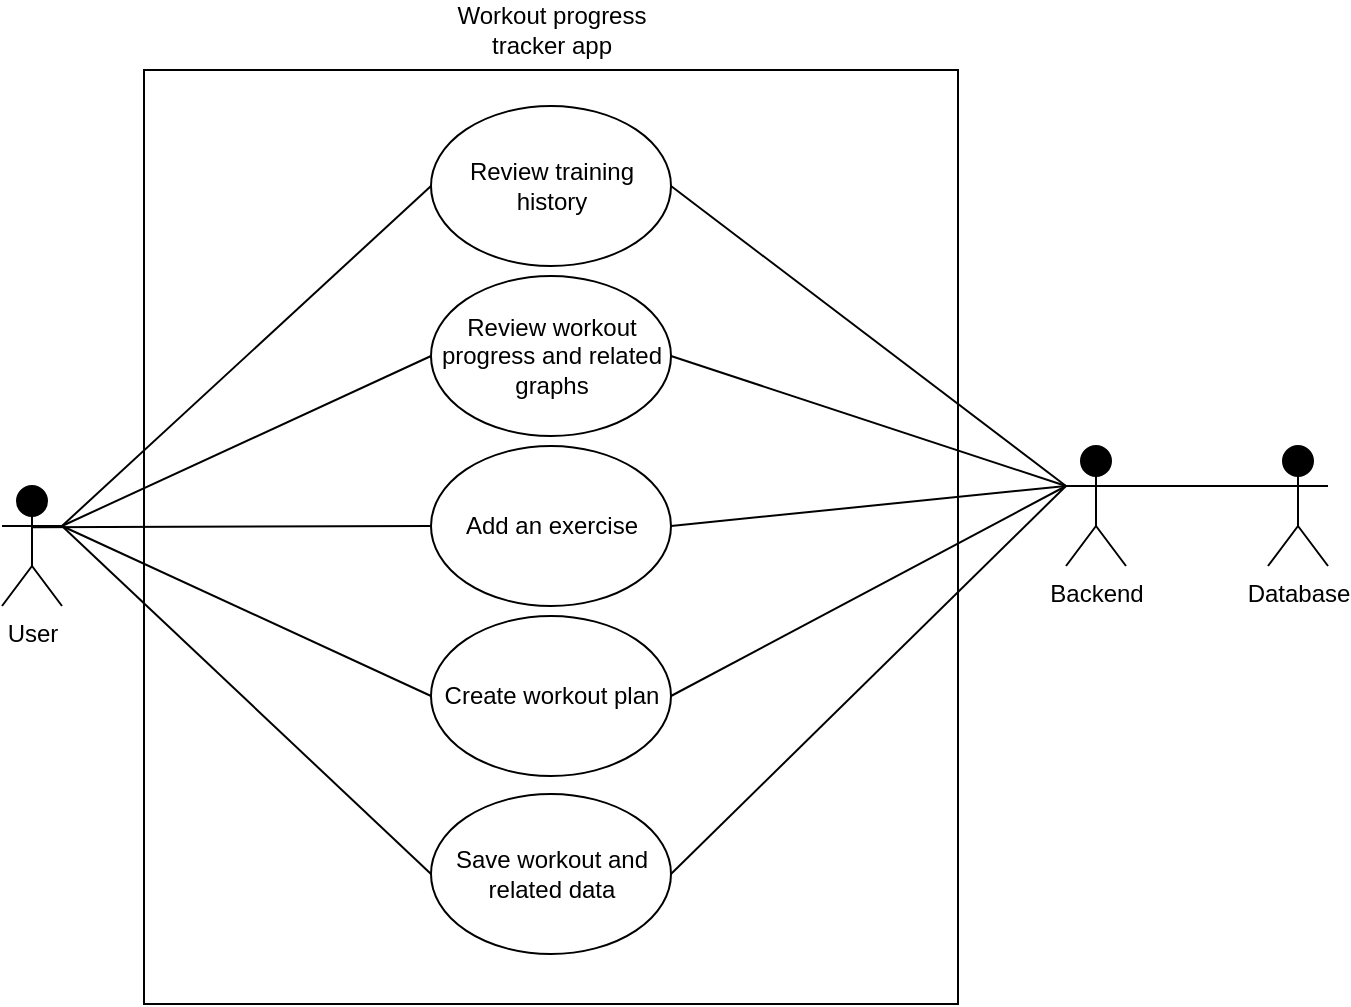
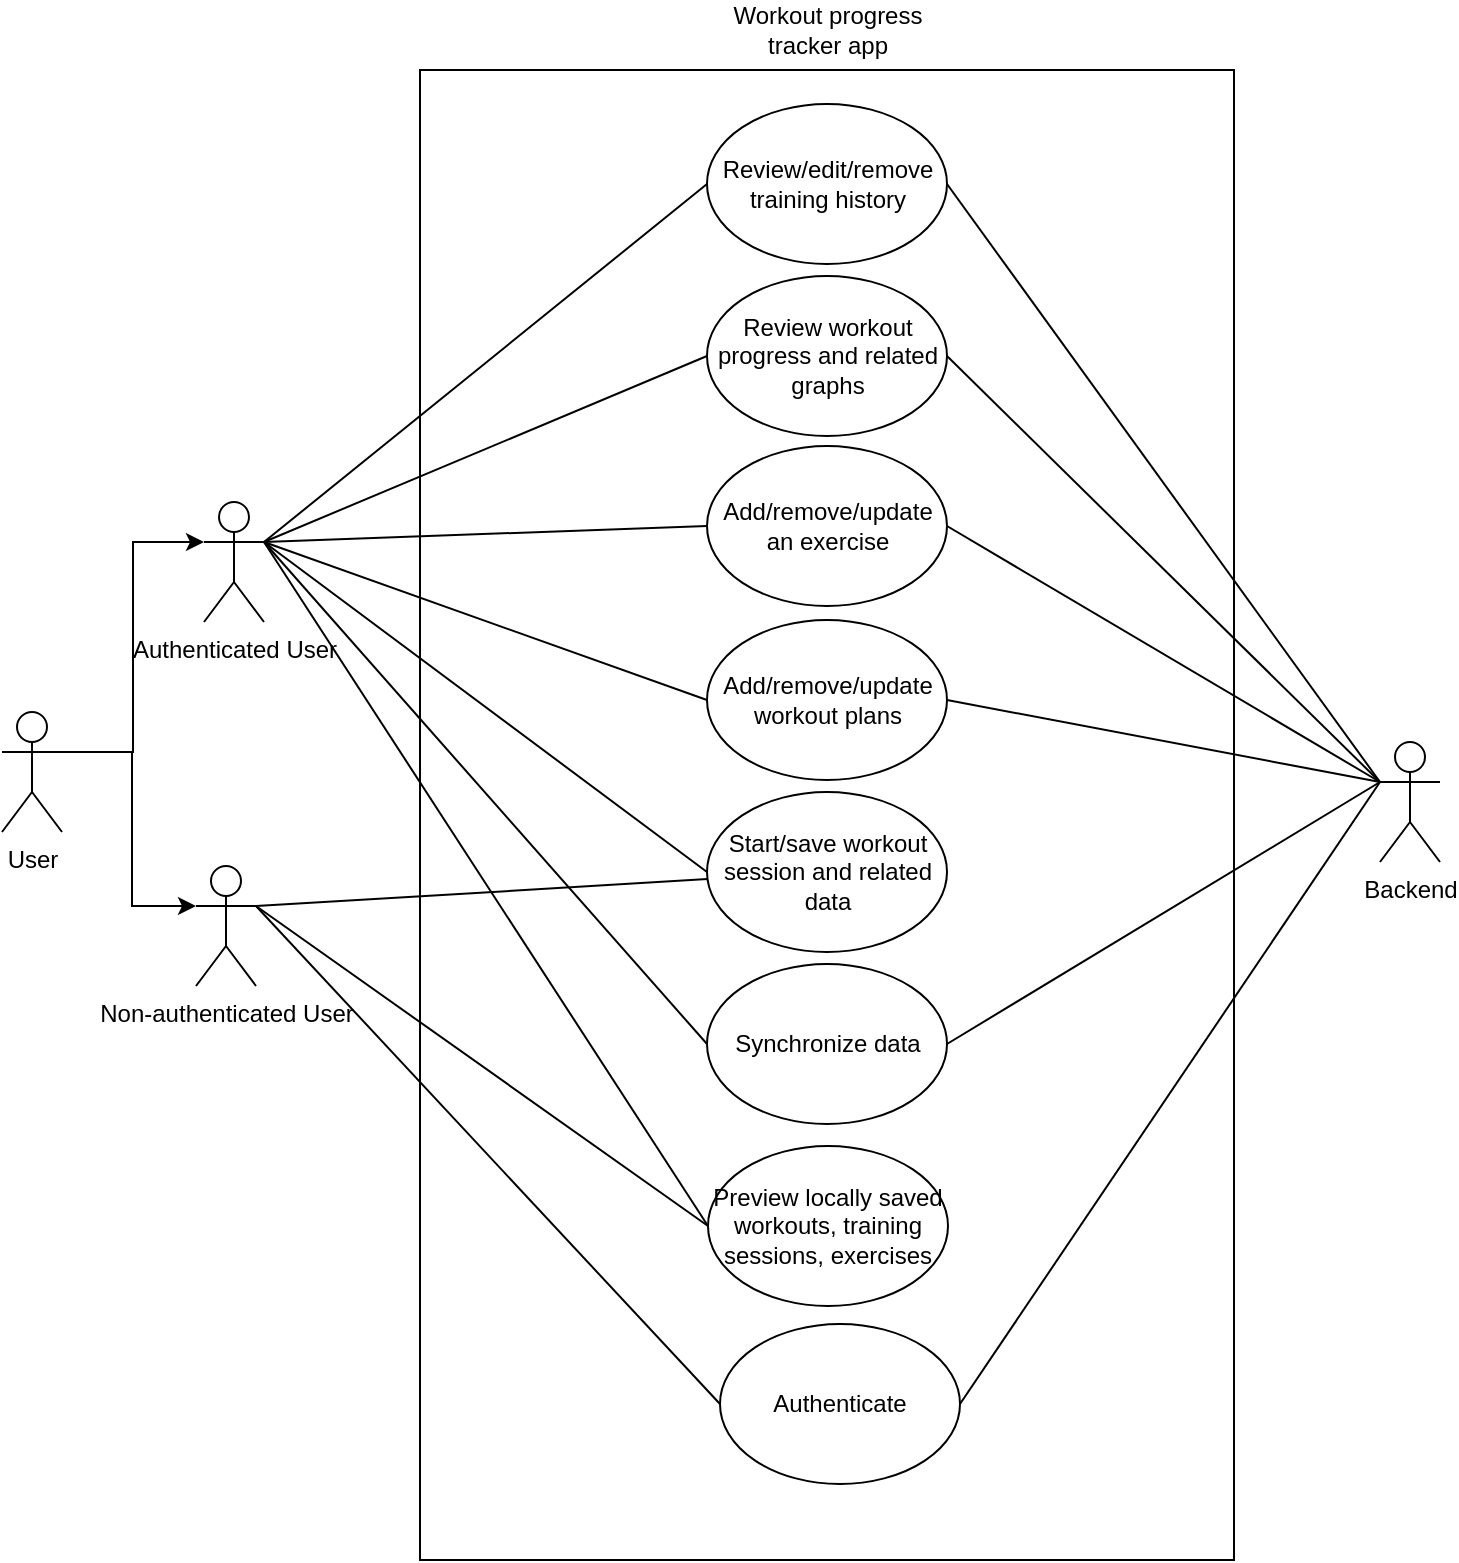
- <mxfile host="app.diagrams.net" agent="Mozilla/5.0 (Windows NT 10.0; Win64; x64) AppleWebKit/537.36 (KHTML, like Gecko) Chrome/144.0.0.0 Safari/537.36" version="29.3.8">
+ <mxfile host="app.diagrams.net" agent="Mozilla/5.0 (Windows NT 10.0; Win64; x64) AppleWebKit/537.36 (KHTML, like Gecko) Chrome/145.0.0.0 Safari/537.36" version="29.4.0">
  <diagram name="Page-1" id="o_9RZGAJSwRYu3yFkMyA">
-     <mxGraphModel dx="1155" dy="593" grid="0" gridSize="10" guides="1" tooltips="1" connect="1" arrows="1" fold="1" page="1" pageScale="1" pageWidth="850" pageHeight="1100" background="light-dark(#FFFFFF,#FFFFFF)" math="0" shadow="0">
+     <mxGraphModel dx="2022" dy="1038" grid="0" gridSize="10" guides="1" tooltips="1" connect="1" arrows="1" fold="1" page="1" pageScale="1" pageWidth="850" pageHeight="1100" background="light-dark(#FFFFFF,#FFFFFF)" math="0" shadow="0">
      <root>
        <mxCell id="0" />
        <mxCell id="1" parent="0" />
-         <mxCell id="S5Ny3bAKd17XC2hBX4w4-13" edge="1" parent="1" source="S5Ny3bAKd17XC2hBX4w4-2" style="rounded=0;orthogonalLoop=1;jettySize=auto;html=1;exitX=1;exitY=0.3333333333333333;exitDx=0;exitDy=0;exitPerimeter=0;entryX=0;entryY=0.3333333333333333;entryDx=0;entryDy=0;entryPerimeter=0;endArrow=none;endFill=0;" target="S5Ny3bAKd17XC2hBX4w4-3">
-           <mxGeometry relative="1" as="geometry" />
-         </mxCell>
-         <mxCell id="S5Ny3bAKd17XC2hBX4w4-2" parent="1" style="shape=umlActor;verticalLabelPosition=bottom;verticalAlign=top;html=1;fillColor=light-dark(#000000,#000000);strokeColor=light-dark(#000000,#000000);fontColor=light-dark(#000000,#000000);" value="Backend" vertex="1">
-           <mxGeometry height="60" width="30" x="596" y="260" as="geometry" />
-         </mxCell>
-         <mxCell id="S5Ny3bAKd17XC2hBX4w4-3" parent="1" style="shape=umlActor;verticalLabelPosition=bottom;verticalAlign=top;html=1;fillColor=light-dark(#000000,#000000);strokeColor=light-dark(#000000,#000000);fontColor=light-dark(#000000,#000000);" value="Database" vertex="1">
-           <mxGeometry height="60" width="30" x="697" y="260" as="geometry" />
+         <mxCell id="S5Ny3bAKd17XC2hBX4w4-2" parent="1" style="shape=umlActor;verticalLabelPosition=bottom;verticalAlign=top;html=1;fillColor=light-dark(#FFFFFF,#FFFFFF);strokeColor=light-dark(#000000,#000000);fontColor=light-dark(#000000,#000000);" value="Backend" vertex="1">
+           <mxGeometry height="60" width="30" x="695" y="419" as="geometry" />
        </mxCell>
        <mxCell id="S5Ny3bAKd17XC2hBX4w4-6" parent="1" style="rounded=0;whiteSpace=wrap;html=1;fillColor=light-dark(#FFFFFF,#FFFFFF);strokeColor=light-dark(#000000,#000000);" value="" vertex="1">
-           <mxGeometry height="467" width="407" x="135" y="72" as="geometry" />
+           <mxGeometry height="745" width="407" x="215" y="83" as="geometry" />
        </mxCell>
        <mxCell id="S5Ny3bAKd17XC2hBX4w4-7" parent="1" style="text;html=1;whiteSpace=wrap;strokeColor=none;fillColor=none;align=center;verticalAlign=middle;rounded=0;fontColor=light-dark(#000000,#000000);" value="Workout progress tracker app" vertex="1">
-           <mxGeometry height="30" width="126" x="275.5" y="37" as="geometry" />
+           <mxGeometry height="30" width="126" x="355.5" y="48" as="geometry" />
        </mxCell>
-         <mxCell id="S5Ny3bAKd17XC2hBX4w4-8" parent="1" style="ellipse;whiteSpace=wrap;html=1;" value="Review training history" vertex="1">
-           <mxGeometry height="80" width="120" x="278.5" y="90" as="geometry" />
+         <mxCell id="S5Ny3bAKd17XC2hBX4w4-8" parent="1" style="ellipse;whiteSpace=wrap;html=1;" value="Review/edit/remove training history" vertex="1">
+           <mxGeometry height="80" width="120" x="358.5" y="100" as="geometry" />
        </mxCell>
        <mxCell id="S5Ny3bAKd17XC2hBX4w4-9" parent="1" style="ellipse;whiteSpace=wrap;html=1;" value="Review workout progress and related graphs" vertex="1">
-           <mxGeometry height="80" width="120" x="278.5" y="175" as="geometry" />
+           <mxGeometry height="80" width="120" x="358.5" y="186" as="geometry" />
        </mxCell>
-         <mxCell id="S5Ny3bAKd17XC2hBX4w4-10" parent="1" style="ellipse;whiteSpace=wrap;html=1;" value="Add an exercise" vertex="1">
-           <mxGeometry height="80" width="120" x="278.5" y="260" as="geometry" />
+         <mxCell id="S5Ny3bAKd17XC2hBX4w4-10" parent="1" style="ellipse;whiteSpace=wrap;html=1;" value="Add/remove/update an exercise" vertex="1">
+           <mxGeometry height="80" width="120" x="358.5" y="271" as="geometry" />
        </mxCell>
-         <mxCell id="S5Ny3bAKd17XC2hBX4w4-11" parent="1" style="ellipse;whiteSpace=wrap;html=1;" value="Create workout plan" vertex="1">
-           <mxGeometry height="80" width="120" x="278.5" y="345" as="geometry" />
+         <mxCell id="S5Ny3bAKd17XC2hBX4w4-11" parent="1" style="ellipse;whiteSpace=wrap;html=1;" value="Add/remove/update workout plans" vertex="1">
+           <mxGeometry height="80" width="120" x="358.5" y="358" as="geometry" />
        </mxCell>
-         <mxCell id="S5Ny3bAKd17XC2hBX4w4-21" edge="1" parent="1" source="S5Ny3bAKd17XC2hBX4w4-12" style="rounded=0;orthogonalLoop=1;jettySize=auto;html=1;exitX=0;exitY=0.5;exitDx=0;exitDy=0;entryX=1;entryY=0.3333333333333333;entryDx=0;entryDy=0;entryPerimeter=0;endArrow=none;endFill=0;" target="S5Ny3bAKd17XC2hBX4w4-16">
-           <mxGeometry relative="1" as="geometry">
-             <mxPoint x="107.2222609747023" y="413.03178478422615" as="targetPoint" />
-           </mxGeometry>
+         <mxCell id="S5Ny3bAKd17XC2hBX4w4-12" parent="1" style="ellipse;whiteSpace=wrap;html=1;" value="Start/save workout session and related data" vertex="1">
+           <mxGeometry height="80" width="120" x="358.5" y="444" as="geometry" />
        </mxCell>
-         <mxCell id="S5Ny3bAKd17XC2hBX4w4-12" parent="1" style="ellipse;whiteSpace=wrap;html=1;" value="Save workout and related data" vertex="1">
-           <mxGeometry height="80" width="120" x="278.5" y="434" as="geometry" />
-         </mxCell>
-         <mxCell id="S5Ny3bAKd17XC2hBX4w4-16" parent="1" style="shape=umlActor;verticalLabelPosition=bottom;verticalAlign=top;html=1;fillColor=light-dark(#000000,#000000);strokeColor=light-dark(#000000,#000000);fontColor=light-dark(#000000,#000000);" value="User" vertex="1">
-           <mxGeometry height="60" width="30" x="64" y="280" as="geometry" />
-         </mxCell>
-         <mxCell id="S5Ny3bAKd17XC2hBX4w4-17" edge="1" parent="1" source="S5Ny3bAKd17XC2hBX4w4-8" style="rounded=0;orthogonalLoop=1;jettySize=auto;html=1;exitX=0;exitY=0.5;exitDx=0;exitDy=0;entryX=1;entryY=0.3333333333333333;entryDx=0;entryDy=0;entryPerimeter=0;endArrow=none;endFill=0;" target="S5Ny3bAKd17XC2hBX4w4-16">
-           <mxGeometry relative="1" as="geometry" />
-         </mxCell>
-         <mxCell id="S5Ny3bAKd17XC2hBX4w4-18" edge="1" parent="1" source="S5Ny3bAKd17XC2hBX4w4-9" style="rounded=0;orthogonalLoop=1;jettySize=auto;html=1;exitX=0;exitY=0.5;exitDx=0;exitDy=0;entryX=1;entryY=0.3333333333333333;entryDx=0;entryDy=0;entryPerimeter=0;endArrow=none;endFill=0;" target="S5Ny3bAKd17XC2hBX4w4-16">
-           <mxGeometry relative="1" as="geometry" />
-         </mxCell>
-         <mxCell id="S5Ny3bAKd17XC2hBX4w4-19" edge="1" parent="1" source="S5Ny3bAKd17XC2hBX4w4-10" style="rounded=0;orthogonalLoop=1;jettySize=auto;html=1;exitX=0;exitY=0.5;exitDx=0;exitDy=0;entryX=0.488;entryY=0.344;entryDx=0;entryDy=0;entryPerimeter=0;endArrow=none;endFill=0;" target="S5Ny3bAKd17XC2hBX4w4-16">
-           <mxGeometry relative="1" as="geometry" />
-         </mxCell>
-         <mxCell id="S5Ny3bAKd17XC2hBX4w4-20" edge="1" parent="1" source="S5Ny3bAKd17XC2hBX4w4-11" style="rounded=0;orthogonalLoop=1;jettySize=auto;html=1;exitX=0;exitY=0.5;exitDx=0;exitDy=0;entryX=1;entryY=0.3333333333333333;entryDx=0;entryDy=0;entryPerimeter=0;endArrow=none;endFill=0;" target="S5Ny3bAKd17XC2hBX4w4-16">
-           <mxGeometry relative="1" as="geometry" />
+         <mxCell id="S5Ny3bAKd17XC2hBX4w4-16" parent="1" style="shape=umlActor;verticalLabelPosition=bottom;verticalAlign=top;html=1;fillColor=light-dark(#FFFFFF,#FFFFFF);strokeColor=light-dark(#000000,#000000);fontColor=light-dark(#000000,#000000);" value="User" vertex="1">
+           <mxGeometry height="60" width="30" x="6" y="404" as="geometry" />
        </mxCell>
        <mxCell id="S5Ny3bAKd17XC2hBX4w4-22" edge="1" parent="1" source="S5Ny3bAKd17XC2hBX4w4-8" style="rounded=0;orthogonalLoop=1;jettySize=auto;html=1;exitX=1;exitY=0.5;exitDx=0;exitDy=0;entryX=0;entryY=0.3333333333333333;entryDx=0;entryDy=0;entryPerimeter=0;endArrow=none;endFill=0;" target="S5Ny3bAKd17XC2hBX4w4-2">
          <mxGeometry relative="1" as="geometry" />
        </mxCell>
        <mxCell id="S5Ny3bAKd17XC2hBX4w4-23" edge="1" parent="1" source="S5Ny3bAKd17XC2hBX4w4-9" style="rounded=0;orthogonalLoop=1;jettySize=auto;html=1;exitX=1;exitY=0.5;exitDx=0;exitDy=0;entryX=0;entryY=0.3333333333333333;entryDx=0;entryDy=0;entryPerimeter=0;endArrow=none;endFill=0;" target="S5Ny3bAKd17XC2hBX4w4-2">
          <mxGeometry relative="1" as="geometry" />
        </mxCell>
        <mxCell id="S5Ny3bAKd17XC2hBX4w4-24" edge="1" parent="1" source="S5Ny3bAKd17XC2hBX4w4-10" style="rounded=0;orthogonalLoop=1;jettySize=auto;html=1;exitX=1;exitY=0.5;exitDx=0;exitDy=0;entryX=0;entryY=0.3333333333333333;entryDx=0;entryDy=0;entryPerimeter=0;endArrow=none;endFill=0;" target="S5Ny3bAKd17XC2hBX4w4-2">
          <mxGeometry relative="1" as="geometry" />
        </mxCell>
        <mxCell id="S5Ny3bAKd17XC2hBX4w4-25" edge="1" parent="1" source="S5Ny3bAKd17XC2hBX4w4-11" style="rounded=0;orthogonalLoop=1;jettySize=auto;html=1;exitX=1;exitY=0.5;exitDx=0;exitDy=0;entryX=0;entryY=0.3333333333333333;entryDx=0;entryDy=0;entryPerimeter=0;endArrow=none;endFill=0;" target="S5Ny3bAKd17XC2hBX4w4-2">
          <mxGeometry relative="1" as="geometry" />
        </mxCell>
-         <mxCell id="S5Ny3bAKd17XC2hBX4w4-26" edge="1" parent="1" source="S5Ny3bAKd17XC2hBX4w4-12" style="rounded=0;orthogonalLoop=1;jettySize=auto;html=1;exitX=1;exitY=0.5;exitDx=0;exitDy=0;entryX=0;entryY=0.3333333333333333;entryDx=0;entryDy=0;entryPerimeter=0;endArrow=none;endFill=0;" target="S5Ny3bAKd17XC2hBX4w4-2">
+         <mxCell id="S5Ny3bAKd17XC2hBX4w4-26" edge="1" parent="1" source="incPeOUw5dsslNAWLbD1-6" style="rounded=0;orthogonalLoop=1;jettySize=auto;html=1;exitX=1;exitY=0.5;exitDx=0;exitDy=0;entryX=0;entryY=0.3333333333333333;entryDx=0;entryDy=0;entryPerimeter=0;endArrow=none;endFill=0;" target="S5Ny3bAKd17XC2hBX4w4-2">
+           <mxGeometry relative="1" as="geometry" />
+         </mxCell>
+         <mxCell id="incPeOUw5dsslNAWLbD1-9" edge="1" parent="1" source="incPeOUw5dsslNAWLbD1-1" style="rounded=0;orthogonalLoop=1;jettySize=auto;html=1;exitX=1;exitY=0.3333333333333333;exitDx=0;exitDy=0;exitPerimeter=0;entryX=0;entryY=0.5;entryDx=0;entryDy=0;endArrow=none;endFill=0;" target="S5Ny3bAKd17XC2hBX4w4-8">
+           <mxGeometry relative="1" as="geometry" />
+         </mxCell>
+         <mxCell id="incPeOUw5dsslNAWLbD1-10" edge="1" parent="1" source="incPeOUw5dsslNAWLbD1-1" style="rounded=0;orthogonalLoop=1;jettySize=auto;html=1;exitX=1;exitY=0.3333333333333333;exitDx=0;exitDy=0;exitPerimeter=0;entryX=0;entryY=0.5;entryDx=0;entryDy=0;endArrow=none;endFill=0;" target="S5Ny3bAKd17XC2hBX4w4-9">
+           <mxGeometry relative="1" as="geometry" />
+         </mxCell>
+         <mxCell id="incPeOUw5dsslNAWLbD1-11" edge="1" parent="1" source="incPeOUw5dsslNAWLbD1-1" style="rounded=0;orthogonalLoop=1;jettySize=auto;html=1;exitX=1;exitY=0.3333333333333333;exitDx=0;exitDy=0;exitPerimeter=0;entryX=0;entryY=0.5;entryDx=0;entryDy=0;endArrow=none;endFill=0;" target="S5Ny3bAKd17XC2hBX4w4-10">
+           <mxGeometry relative="1" as="geometry" />
+         </mxCell>
+         <mxCell id="incPeOUw5dsslNAWLbD1-12" edge="1" parent="1" source="incPeOUw5dsslNAWLbD1-1" style="rounded=0;orthogonalLoop=1;jettySize=auto;html=1;exitX=1;exitY=0.3333333333333333;exitDx=0;exitDy=0;exitPerimeter=0;entryX=0;entryY=0.5;entryDx=0;entryDy=0;endArrow=none;endFill=0;" target="S5Ny3bAKd17XC2hBX4w4-11">
+           <mxGeometry relative="1" as="geometry" />
+         </mxCell>
+         <mxCell id="incPeOUw5dsslNAWLbD1-13" edge="1" parent="1" source="incPeOUw5dsslNAWLbD1-1" style="rounded=0;orthogonalLoop=1;jettySize=auto;html=1;exitX=1;exitY=0.3333333333333333;exitDx=0;exitDy=0;exitPerimeter=0;entryX=0;entryY=0.5;entryDx=0;entryDy=0;endArrow=none;endFill=0;" target="S5Ny3bAKd17XC2hBX4w4-12">
+           <mxGeometry relative="1" as="geometry" />
+         </mxCell>
+         <mxCell id="incPeOUw5dsslNAWLbD1-18" edge="1" parent="1" source="incPeOUw5dsslNAWLbD1-1" style="rounded=0;orthogonalLoop=1;jettySize=auto;html=1;exitX=1;exitY=0.3333333333333333;exitDx=0;exitDy=0;exitPerimeter=0;entryX=0;entryY=0.5;entryDx=0;entryDy=0;endArrow=none;endFill=0;" target="incPeOUw5dsslNAWLbD1-7">
+           <mxGeometry relative="1" as="geometry" />
+         </mxCell>
+         <mxCell id="incPeOUw5dsslNAWLbD1-21" edge="1" parent="1" source="incPeOUw5dsslNAWLbD1-1" style="rounded=0;orthogonalLoop=1;jettySize=auto;html=1;exitX=1;exitY=0.3333333333333333;exitDx=0;exitDy=0;exitPerimeter=0;entryX=0;entryY=0.5;entryDx=0;entryDy=0;endArrow=none;endFill=0;" target="incPeOUw5dsslNAWLbD1-6">
+           <mxGeometry relative="1" as="geometry" />
+         </mxCell>
+         <mxCell id="incPeOUw5dsslNAWLbD1-1" parent="1" style="shape=umlActor;verticalLabelPosition=bottom;verticalAlign=top;html=1;outlineConnect=0;" value="Authenticated User" vertex="1">
+           <mxGeometry height="60" width="30" x="107" y="299" as="geometry" />
+         </mxCell>
+         <mxCell id="incPeOUw5dsslNAWLbD1-14" edge="1" parent="1" source="incPeOUw5dsslNAWLbD1-3" style="rounded=0;orthogonalLoop=1;jettySize=auto;html=1;exitX=1;exitY=0.3333333333333333;exitDx=0;exitDy=0;exitPerimeter=0;endArrow=none;endFill=0;" target="S5Ny3bAKd17XC2hBX4w4-12">
+           <mxGeometry relative="1" as="geometry">
+             <mxPoint x="355.66664123535156" y="478.08335876464844" as="targetPoint" />
+           </mxGeometry>
+         </mxCell>
+         <mxCell id="incPeOUw5dsslNAWLbD1-16" edge="1" parent="1" source="incPeOUw5dsslNAWLbD1-3" style="rounded=0;orthogonalLoop=1;jettySize=auto;html=1;exitX=1;exitY=0.3333333333333333;exitDx=0;exitDy=0;exitPerimeter=0;entryX=0;entryY=0.5;entryDx=0;entryDy=0;endArrow=none;endFill=0;" target="incPeOUw5dsslNAWLbD1-8">
+           <mxGeometry relative="1" as="geometry" />
+         </mxCell>
+         <mxCell id="incPeOUw5dsslNAWLbD1-17" edge="1" parent="1" source="incPeOUw5dsslNAWLbD1-3" style="rounded=0;orthogonalLoop=1;jettySize=auto;html=1;exitX=1;exitY=0.3333333333333333;exitDx=0;exitDy=0;exitPerimeter=0;entryX=0;entryY=0.5;entryDx=0;entryDy=0;endArrow=none;endFill=0;" target="incPeOUw5dsslNAWLbD1-7">
+           <mxGeometry relative="1" as="geometry" />
+         </mxCell>
+         <mxCell id="incPeOUw5dsslNAWLbD1-3" parent="1" style="shape=umlActor;verticalLabelPosition=bottom;verticalAlign=top;html=1;outlineConnect=0;" value="Non-authenticated User" vertex="1">
+           <mxGeometry height="60" width="30" x="103" y="481" as="geometry" />
+         </mxCell>
+         <mxCell id="incPeOUw5dsslNAWLbD1-4" edge="1" parent="1" source="S5Ny3bAKd17XC2hBX4w4-16" style="edgeStyle=orthogonalEdgeStyle;rounded=0;orthogonalLoop=1;jettySize=auto;html=1;exitX=1;exitY=0.3333333333333333;exitDx=0;exitDy=0;exitPerimeter=0;entryX=0;entryY=0.3333333333333333;entryDx=0;entryDy=0;entryPerimeter=0;" target="incPeOUw5dsslNAWLbD1-1">
+           <mxGeometry relative="1" as="geometry" />
+         </mxCell>
+         <mxCell id="incPeOUw5dsslNAWLbD1-5" edge="1" parent="1" source="S5Ny3bAKd17XC2hBX4w4-16" style="edgeStyle=orthogonalEdgeStyle;rounded=0;orthogonalLoop=1;jettySize=auto;html=1;exitX=1;exitY=0.3333333333333333;exitDx=0;exitDy=0;exitPerimeter=0;entryX=0;entryY=0.3333333333333333;entryDx=0;entryDy=0;entryPerimeter=0;" target="incPeOUw5dsslNAWLbD1-3">
+           <mxGeometry relative="1" as="geometry">
+             <Array as="points">
+               <mxPoint x="71" y="424" />
+               <mxPoint x="71" y="501" />
+             </Array>
+           </mxGeometry>
+         </mxCell>
+         <mxCell id="incPeOUw5dsslNAWLbD1-6" parent="1" style="ellipse;whiteSpace=wrap;html=1;" value="Synchronize data" vertex="1">
+           <mxGeometry height="80" width="120" x="358.5" y="530" as="geometry" />
+         </mxCell>
+         <mxCell id="incPeOUw5dsslNAWLbD1-7" parent="1" style="ellipse;whiteSpace=wrap;html=1;" value="Preview locally saved workouts, training sessions, exercises" vertex="1">
+           <mxGeometry height="80" width="120" x="359" y="621" as="geometry" />
+         </mxCell>
+         <mxCell id="incPeOUw5dsslNAWLbD1-8" parent="1" style="ellipse;whiteSpace=wrap;html=1;" value="Authenticate" vertex="1">
+           <mxGeometry height="80" width="120" x="365" y="710" as="geometry" />
+         </mxCell>
+         <mxCell id="incPeOUw5dsslNAWLbD1-20" edge="1" parent="1" source="incPeOUw5dsslNAWLbD1-8" style="rounded=0;orthogonalLoop=1;jettySize=auto;html=1;exitX=1;exitY=0.5;exitDx=0;exitDy=0;entryX=0;entryY=0.3333333333333333;entryDx=0;entryDy=0;entryPerimeter=0;endArrow=none;endFill=0;" target="S5Ny3bAKd17XC2hBX4w4-2">
          <mxGeometry relative="1" as="geometry" />
        </mxCell>
      </root>
    </mxGraphModel>
  </diagram>
</mxfile>
